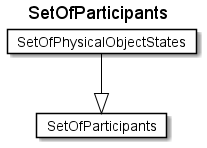
Earlier version of the PlantUML export fragments/diagrams/SetOfParticipants.png (rtigran/rdf2adoc).
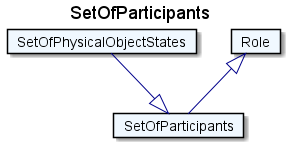
The same file after the commit.

The edit, as a diff of the source:
```diff
@@ -1,11 +1,15 @@
 @startuml
 Title SetOfParticipants
 
-Card SetOfParticipants #fff [
+Card SetOfParticipants #F0F8FF [
 SetOfParticipants
 ]
-Card SetOfPhysicalObjectStates #fff [
+Card SetOfPhysicalObjectStates #F0F8FF [
 SetOfPhysicalObjectStates
 ]
-SetOfPhysicalObjectStates --|> SetOfParticipants  #000
+SetOfPhysicalObjectStates --|> SetOfParticipants  #00008B
+Card Role #F0F8FF [
+Role
+]
+Role <|-- SetOfParticipants  #00008B
 @enduml
```
